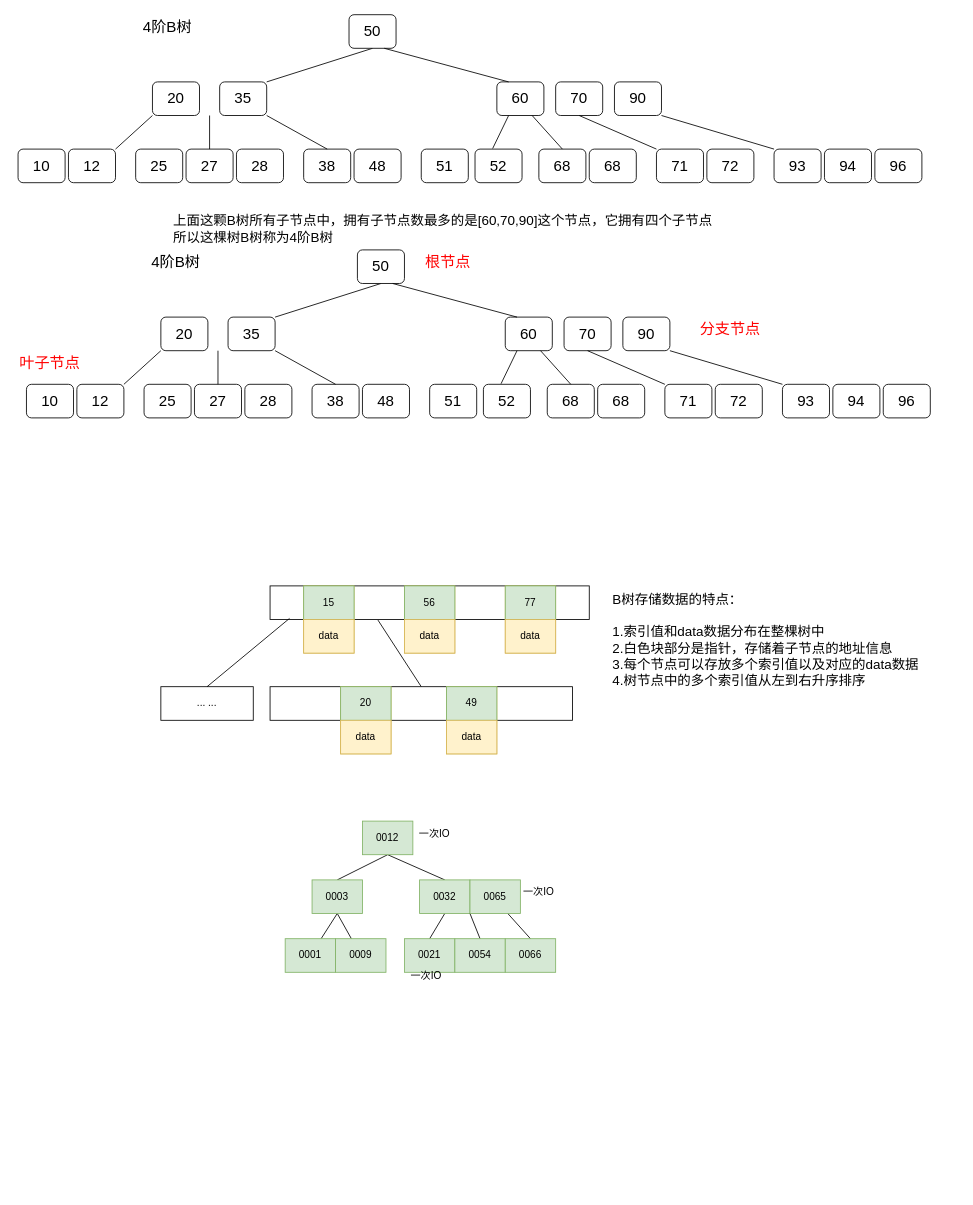
Above: page "B树" (2 of 2) of Mysql.drawio in EngineKing/draw (draw.io), before the change. Source tidied: cells renumbered, new cells numbered last; positions are measured from the earlier drawing's top-left corner, leaving out a move shared by most shapes. Both pictures are drawn from the tidied source at 84%, with x=0, y=0 at pixel (14, 14).
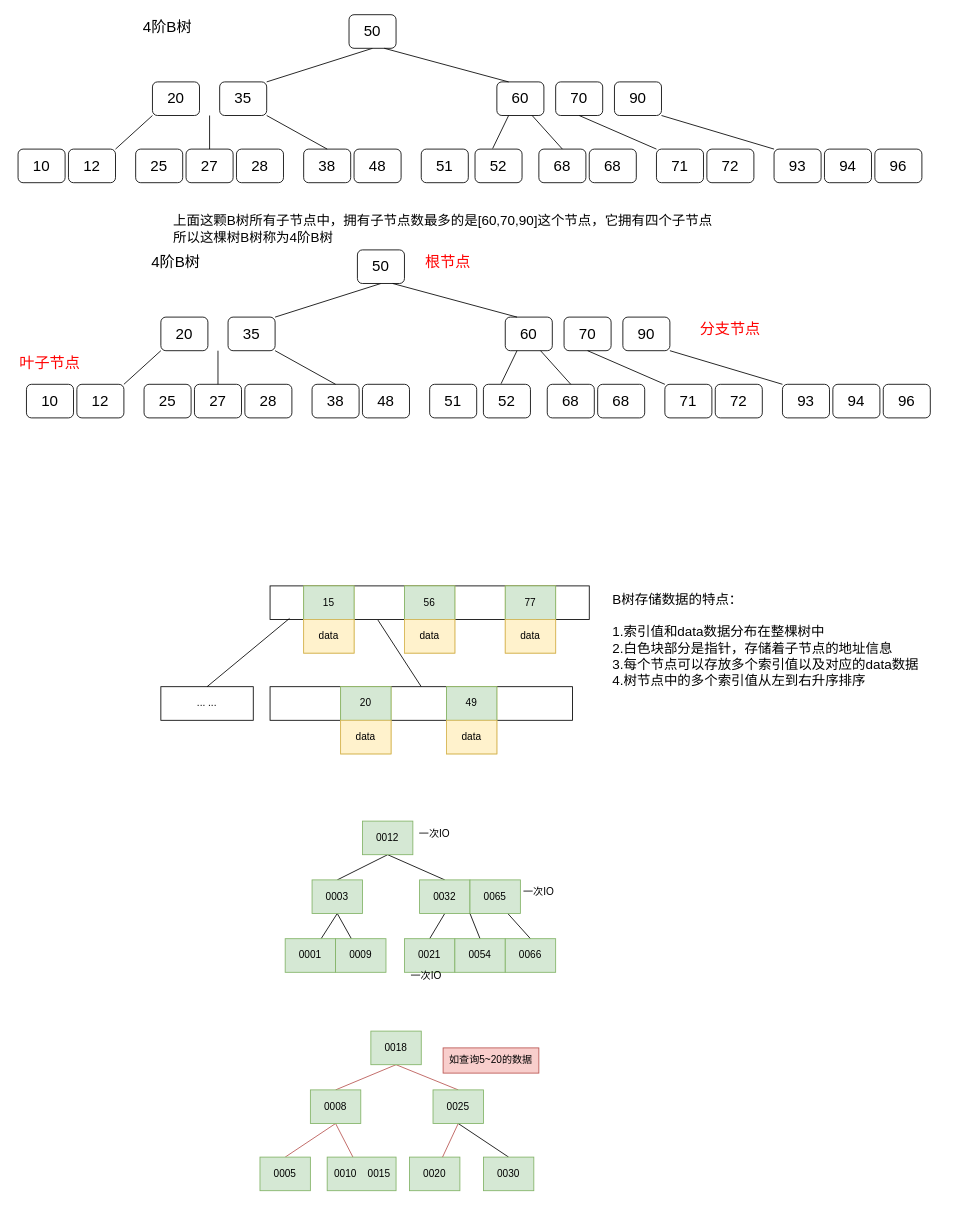
Above is the later version.

The edit, as a diff of the source:
```diff
@@
+    <mxCell id="111" style="rounded=0;jettySize=auto;html=1;exitX=0.5;exitY=1;exitDx=0;exitDy=0;entryX=0.5;entryY=0;entryDx=0;entryDy=0;endArrow=none;endFill=0;fillColor=#f8cecc;strokeColor=#b85450;" parent="1" edge="1" source="113" target="116">
+      <mxGeometry relative="1" as="geometry" />
+    </mxCell>
+    <mxCell id="112" style="rounded=0;jettySize=auto;html=1;exitX=0.5;exitY=1;exitDx=0;exitDy=0;entryX=0.5;entryY=0;entryDx=0;entryDy=0;endArrow=none;endFill=0;fillColor=#f8cecc;strokeColor=#b85450;" parent="1" edge="1" source="113" target="122">
+      <mxGeometry relative="1" as="geometry" />
+    </mxCell>
+    <mxCell id="113" value="0018" style="rounded=0;whiteSpace=wrap;html=1;fillColor=#d5e8d4;strokeColor=#82b366;" parent="1" vertex="1">
+      <mxGeometry x="424" y="1210" width="60" height="40" as="geometry" />
+    </mxCell>
+    <mxCell id="114" style="rounded=0;jettySize=auto;html=1;exitX=0.5;exitY=1;exitDx=0;exitDy=0;entryX=0.5;entryY=0;entryDx=0;entryDy=0;endArrow=none;endFill=0;fillColor=#f8cecc;strokeColor=#b85450;" parent="1" edge="1" source="116" target="117">
+      <mxGeometry relative="1" as="geometry" />
+    </mxCell>
+    <mxCell id="115" style="rounded=0;jettySize=auto;html=1;exitX=0.5;exitY=1;exitDx=0;exitDy=0;endArrow=none;endFill=0;fillColor=#f8cecc;strokeColor=#b85450;" parent="1" edge="1" source="116" target="119">
+      <mxGeometry relative="1" as="geometry" />
+    </mxCell>
+    <mxCell id="116" value="0008" style="rounded=0;whiteSpace=wrap;html=1;fillColor=#d5e8d4;strokeColor=#82b366;" parent="1" vertex="1">
+      <mxGeometry x="352" y="1280" width="60" height="40" as="geometry" />
+    </mxCell>
+    <mxCell id="117" value="0005" style="rounded=0;whiteSpace=wrap;html=1;fillColor=#d5e8d4;strokeColor=#82b366;" parent="1" vertex="1">
+      <mxGeometry x="292" y="1360" width="60" height="40" as="geometry" />
+    </mxCell>
+    <mxCell id="118" value="0020" style="rounded=0;whiteSpace=wrap;html=1;fillColor=#d5e8d4;strokeColor=#82b366;" parent="1" vertex="1">
+      <mxGeometry x="470" y="1360" width="60" height="40" as="geometry" />
+    </mxCell>
+    <mxCell id="119" style="rounded=0;whiteSpace=wrap;html=1;fillColor=#d5e8d4;strokeColor=#82b366;" parent="1" vertex="1">
+      <mxGeometry x="372" y="1360" width="82" height="40" as="geometry" />
+    </mxCell>
+    <mxCell id="120" style="rounded=0;jettySize=auto;html=1;exitX=0.5;exitY=1;exitDx=0;exitDy=0;endArrow=none;endFill=0;fillColor=#f8cecc;strokeColor=#b85450;" parent="1" edge="1" source="122" target="118">
+      <mxGeometry relative="1" as="geometry" />
+    </mxCell>
+    <mxCell id="121" style="rounded=0;jettySize=auto;html=1;exitX=0.5;exitY=1;exitDx=0;exitDy=0;entryX=0.5;entryY=0;entryDx=0;entryDy=0;endArrow=none;endFill=0;" parent="1" edge="1" source="122" target="123">
+      <mxGeometry relative="1" as="geometry" />
+    </mxCell>
+    <mxCell id="122" value="0025" style="rounded=0;whiteSpace=wrap;html=1;fillColor=#d5e8d4;strokeColor=#82b366;" parent="1" vertex="1">
+      <mxGeometry x="498" y="1280" width="60" height="40" as="geometry" />
+    </mxCell>
+    <mxCell id="123" value="0030" style="rounded=0;whiteSpace=wrap;html=1;fillColor=#d5e8d4;strokeColor=#82b366;" parent="1" vertex="1">
+      <mxGeometry x="558" y="1360" width="60" height="40" as="geometry" />
+    </mxCell>
+    <mxCell id="124" value="0010" style="text;html=1;align=center;verticalAlign=middle;whiteSpace=wrap;rounded=0;" parent="1" vertex="1">
+      <mxGeometry x="364" y="1365" width="60" height="30" as="geometry" />
+    </mxCell>
+    <mxCell id="125" value="0015" style="text;html=1;align=center;verticalAlign=middle;whiteSpace=wrap;rounded=0;" parent="1" vertex="1">
+      <mxGeometry x="404" y="1365" width="60" height="30" as="geometry" />
+    </mxCell>
+    <mxCell id="126" value="如查询5~20的数据" style="text;html=1;align=center;verticalAlign=middle;whiteSpace=wrap;rounded=0;fillColor=#f8cecc;strokeColor=#b85450;" parent="1" vertex="1">
+      <mxGeometry x="510" y="1230" width="114" height="30" as="geometry" />
+    </mxCell>
```
